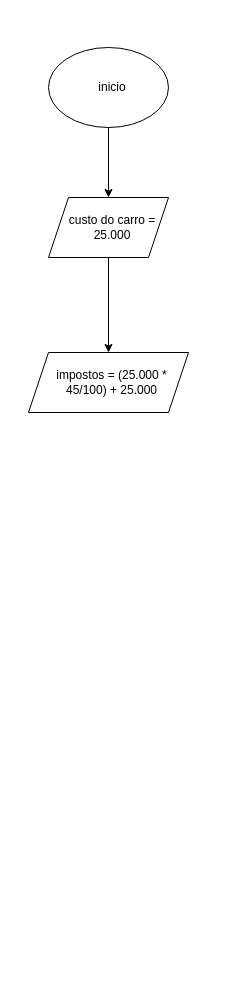
This is variaveiseoperadoresaritimeticos/atividade 1.drawio from beatrizvih/p_a2025, a draw.io file, before an edit. Source tidied: cells renumbered, new cells numbered last; positions are measured from the earlier drawing's top-left corner, leaving out a move shared by most shapes. Both pictures are drawn from the tidied source at 100%, with x=0, y=0 at pixel (28, 47).
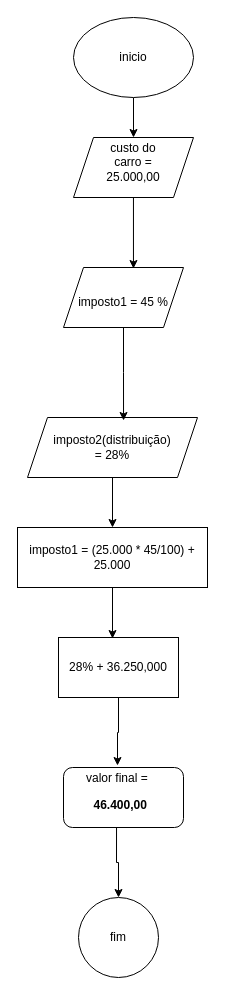
Above is the later version.

The edit, as a diff of the source:
```diff
@@
-    <mxCell id="2" style="edgeStyle=orthogonalEdgeStyle;rounded=0;jettySize=auto;html=1;entryX=0.5;entryY=0;entryDx=0;entryDy=0;" parent="1" edge="1" source="3" target="6">
-      <mxGeometry relative="1" as="geometry" />
-    </mxCell>
+    <mxCell id="10" style="edgeStyle=orthogonalEdgeStyle;rounded=0;jettySize=auto;html=1;entryX=0.5;entryY=0;entryDx=0;entryDy=0;" parent="1" edge="1" source="3" target="19">
+      <mxGeometry relative="1" as="geometry" />
+    </mxCell>
     <mxCell id="3" style="ellipse;whiteSpace=wrap;html=1;" parent="1" vertex="1">
-      <mxGeometry x="20" width="120" height="80" as="geometry" />
+      <mxGeometry x="45" y="-30" width="120" height="80" as="geometry" />
     </mxCell>
     <mxCell id="4" value="inicio" style="text;html=1;align=center;verticalAlign=middle;whiteSpace=wrap;rounded=0;" parent="1" vertex="1">
-      <mxGeometry x="54" y="25" width="60" height="30" as="geometry" />
+      <mxGeometry x="75" y="-5" width="60" height="30" as="geometry" />
     </mxCell>
-    <mxCell id="5" style="edgeStyle=orthogonalEdgeStyle;rounded=0;jettySize=auto;html=1;entryX=0.5;entryY=0;entryDx=0;entryDy=0;" parent="1" edge="1" source="6" target="8">
-      <mxGeometry relative="1" as="geometry" />
-    </mxCell>
     <mxCell id="6" style="shape=parallelogram;perimeter=parallelogramPerimeter;whiteSpace=wrap;html=1;fixedSize=1;" parent="1" vertex="1">
-      <mxGeometry x="20" y="150" width="120" height="60" as="geometry" />
+      <mxGeometry x="35" y="220" width="120" height="60" as="geometry" />
     </mxCell>
-    <mxCell id="7" value="custo do carro = 25.000" style="text;html=1;align=center;verticalAlign=middle;whiteSpace=wrap;rounded=0;" parent="1" vertex="1">
-      <mxGeometry x="39" y="160" width="90" height="40" as="geometry" />
-    </mxCell>
-    <mxCell id="8" style="shape=parallelogram;perimeter=parallelogramPerimeter;whiteSpace=wrap;html=1;fixedSize=1;" parent="1" vertex="1">
-      <mxGeometry y="305" width="160" height="60" as="geometry" />
-    </mxCell>
-    <mxCell id="9" value="&amp;nbsp;impostos = (25.000 *&amp;nbsp;&lt;div&gt;&lt;span style=&quot;background-color: transparent; color: light-dark(rgb(0, 0, 0), rgb(255, 255, 255));&quot;&gt;45/100) + 25.000&lt;/span&gt;&lt;/div&gt;" style="text;html=1;align=center;verticalAlign=middle;whiteSpace=wrap;rounded=0;" parent="1" vertex="1">
-      <mxGeometry x="11" y="295" width="145" height="80" as="geometry" />
-    </mxCell>
+    <mxCell id="11" style="rounded=0;whiteSpace=wrap;html=1;" parent="1" vertex="1">
+      <mxGeometry x="-11" y="480" width="190" height="60" as="geometry" />
+    </mxCell>
+    <mxCell id="12" value="imposto1 = (25.000 * 45/100) + 25.000" style="text;html=1;align=center;verticalAlign=middle;whiteSpace=wrap;rounded=0;" parent="1" vertex="1">
+      <mxGeometry x="-11" y="495" width="190" height="30" as="geometry" />
+    </mxCell>
+    <mxCell id="13" value="imposto1 = 45 %" style="text;html=1;align=center;verticalAlign=middle;whiteSpace=wrap;rounded=0;" parent="1" vertex="1">
+      <mxGeometry x="45" y="240" width="100" height="30" as="geometry" />
+    </mxCell>
+    <mxCell id="14" style="rounded=0;whiteSpace=wrap;html=1;" parent="1" vertex="1">
+      <mxGeometry x="30" y="590" width="120" height="60" as="geometry" />
+    </mxCell>
+    <mxCell id="15" value="28% + 36.250,000" style="text;html=1;align=center;verticalAlign=middle;whiteSpace=wrap;rounded=0;" parent="1" vertex="1">
+      <mxGeometry x="35" y="605" width="110" height="30" as="geometry" />
+    </mxCell>
+    <mxCell id="16" style="shape=parallelogram;perimeter=parallelogramPerimeter;whiteSpace=wrap;html=1;fixedSize=1;" parent="1" vertex="1">
+      <mxGeometry x="-1" y="370" width="170" height="60" as="geometry" />
+    </mxCell>
+    <mxCell id="17" style="edgeStyle=orthogonalEdgeStyle;rounded=0;jettySize=auto;html=1;entryX=0.5;entryY=0;entryDx=0;entryDy=0;exitX=0.5;exitY=1;exitDx=0;exitDy=0;" parent="1" edge="1" source="16" target="11">
+      <mxGeometry relative="1" as="geometry" />
+    </mxCell>
+    <mxCell id="18" value="imposto2(distribuição) = 28%" style="text;html=1;align=center;verticalAlign=middle;whiteSpace=wrap;rounded=0;" parent="1" vertex="1">
+      <mxGeometry x="54" y="385" width="60" height="30" as="geometry" />
+    </mxCell>
+    <mxCell id="19" style="shape=parallelogram;perimeter=parallelogramPerimeter;whiteSpace=wrap;html=1;fixedSize=1;" parent="1" vertex="1">
+      <mxGeometry x="45" y="90" width="120" height="60" as="geometry" />
+    </mxCell>
+    <mxCell id="20" value="custo do carro = 25.000,00" style="text;html=1;align=center;verticalAlign=middle;whiteSpace=wrap;rounded=0;" parent="1" vertex="1">
+      <mxGeometry x="75" y="100" width="60" height="30" as="geometry" />
+    </mxCell>
+    <mxCell id="21" style="rounded=1;whiteSpace=wrap;html=1;" parent="1" vertex="1">
+      <mxGeometry x="35" y="720" width="120" height="60" as="geometry" />
+    </mxCell>
+    <mxCell id="22" style="edgeStyle=orthogonalEdgeStyle;rounded=0;jettySize=auto;html=1;entryX=0.5;entryY=0;entryDx=0;entryDy=0;exitX=0.442;exitY=1;exitDx=0;exitDy=0;exitPerimeter=0;" parent="1" edge="1" source="21" target="24">
+      <mxGeometry relative="1" as="geometry" />
+    </mxCell>
+    <mxCell id="23" value="valor final =&amp;nbsp;&lt;div&gt;&lt;div data-pm-slice=&quot;2 2 [&amp;quot;document&amp;quot;,{&amp;quot;aiOptions&amp;quot;:{&amp;quot;preserveLayouts&amp;quot;:false,&amp;quot;imageOptions&amp;quot;:{&amp;quot;license&amp;quot;:&amp;quot;All&amp;quot;,&amp;quot;provider&amp;quot;:&amp;quot;web&amp;quot;,&amp;quot;model&amp;quot;:&amp;quot;flux-1-schnell&amp;quot;,&amp;quot;stylePreset&amp;quot;:&amp;quot;Theme&amp;quot;}},&amp;quot;docId&amp;quot;:&amp;quot;w4tin1u5wsibbwu&amp;quot;,&amp;quot;background&amp;quot;:{&amp;quot;type&amp;quot;:&amp;quot;none&amp;quot;},&amp;quot;docFlags&amp;quot;:{&amp;quot;cardLayoutsEnabled&amp;quot;:true},&amp;quot;format&amp;quot;:&amp;quot;deck&amp;quot;,&amp;quot;customCode&amp;quot;:{},&amp;quot;settings&amp;quot;:{&amp;quot;defaultFullBleed&amp;quot;:&amp;quot;contained&amp;quot;,&amp;quot;stylesDerivedFrom&amp;quot;:&amp;quot;deck_traditional&amp;quot;,&amp;quot;cardDimensions&amp;quot;:&amp;quot;16x9&amp;quot;,&amp;quot;verticalAlign&amp;quot;:&amp;quot;center&amp;quot;,&amp;quot;defaultContentWidth&amp;quot;:&amp;quot;lg&amp;quot;,&amp;quot;fontSize&amp;quot;:&amp;quot;md&amp;quot;,&amp;quot;scaleContentToFit&amp;quot;:true,&amp;quot;animationsEnabled&amp;quot;:true},&amp;quot;generateStatus&amp;quot;:&amp;quot;done&amp;quot;,&amp;quot;generateInfo&amp;quot;:{&amp;quot;interactionId&amp;quot;:&amp;quot;unx1o29n4z2kkzi&amp;quot;,&amp;quot;streamId&amp;quot;:&amp;quot;w4tin1u5wsibbwu&amp;quot;,&amp;quot;lastEventId&amp;quot;:&amp;quot;8&amp;quot;,&amp;quot;lastCompletedCardId&amp;quot;:&amp;quot;gjwvzdt7jkmsy2e&amp;quot;,&amp;quot;lastCompletedCardIndex&amp;quot;:7}},&amp;quot;card&amp;quot;,{&amp;quot;id&amp;quot;:&amp;quot;rnw9c0acictan15&amp;quot;,&amp;quot;previewContent&amp;quot;:null,&amp;quot;background&amp;quot;:{&amp;quot;type&amp;quot;:&amp;quot;none&amp;quot;},&amp;quot;container&amp;quot;:{},&amp;quot;cardSize&amp;quot;:&amp;quot;default&amp;quot;,&amp;quot;layout&amp;quot;:&amp;quot;blank&amp;quot;,&amp;quot;layoutTemplateColumns&amp;quot;:null,&amp;quot;layoutTemplateRows&amp;quot;:null,&amp;quot;verticalAlign&amp;quot;:null,&amp;quot;generatorInput&amp;quot;:null,&amp;quot;fontScale&amp;quot;:1,&amp;quot;cardMarginSettings&amp;quot;:{}}]&quot; class=&quot;card-layout-item&quot;&gt;&lt;p class=&quot;paragraph&quot;&gt;&lt;b&gt;&amp;nbsp;46.400,00&lt;/b&gt;&lt;/p&gt;&lt;p class=&quot;paragraph&quot;&gt;&lt;/p&gt;&lt;/div&gt;&lt;/div&gt;" style="text;html=1;align=center;verticalAlign=middle;whiteSpace=wrap;rounded=0;" parent="1" vertex="1">
+      <mxGeometry x="27.5" y="735" width="125" height="30" as="geometry" />
+    </mxCell>
+    <mxCell id="24" style="ellipse;whiteSpace=wrap;html=1;" parent="1" vertex="1">
+      <mxGeometry x="50" y="850" width="80" height="80" as="geometry" />
+    </mxCell>
+    <mxCell id="25" value="fim" style="text;html=1;align=center;verticalAlign=middle;whiteSpace=wrap;rounded=0;" parent="1" vertex="1">
+      <mxGeometry x="60" y="875" width="60" height="30" as="geometry" />
+    </mxCell>
+    <mxCell id="26" style="edgeStyle=orthogonalEdgeStyle;rounded=0;jettySize=auto;html=1;entryX=0.583;entryY=0.017;entryDx=0;entryDy=0;entryPerimeter=0;" parent="1" edge="1" source="19" target="6">
+      <mxGeometry relative="1" as="geometry" />
+    </mxCell>
+    <mxCell id="27" style="edgeStyle=orthogonalEdgeStyle;rounded=0;jettySize=auto;html=1;entryX=0.565;entryY=0.05;entryDx=0;entryDy=0;entryPerimeter=0;exitX=0.5;exitY=1;exitDx=0;exitDy=0;" parent="1" edge="1" source="6" target="16">
+      <mxGeometry relative="1" as="geometry" />
+    </mxCell>
+    <mxCell id="28" style="edgeStyle=orthogonalEdgeStyle;rounded=0;jettySize=auto;html=1;entryX=0.45;entryY=0.017;entryDx=0;entryDy=0;entryPerimeter=0;" parent="1" edge="1" source="11" target="14">
+      <mxGeometry relative="1" as="geometry" />
+    </mxCell>
+    <mxCell id="29" style="edgeStyle=orthogonalEdgeStyle;rounded=0;jettySize=auto;html=1;entryX=0.45;entryY=-0.033;entryDx=0;entryDy=0;entryPerimeter=0;" parent="1" edge="1" source="14" target="21">
+      <mxGeometry relative="1" as="geometry" />
+    </mxCell>
```
